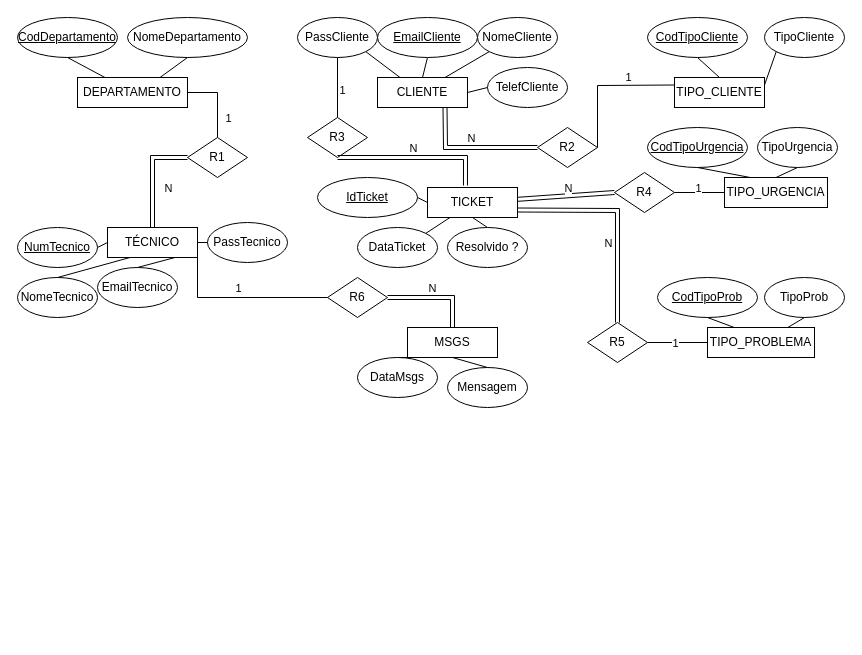
Before: tickets.drawio in BOMBA022/AnaliseSistemas, a draw.io diagram. Source tidied: cells renumbered, new cells numbered last; positions are measured from the earlier drawing's top-left corner, leaving out a move shared by most shapes. Both pictures are drawn from the tidied source at 100%, with x=0, y=0 at pixel (17, 17).
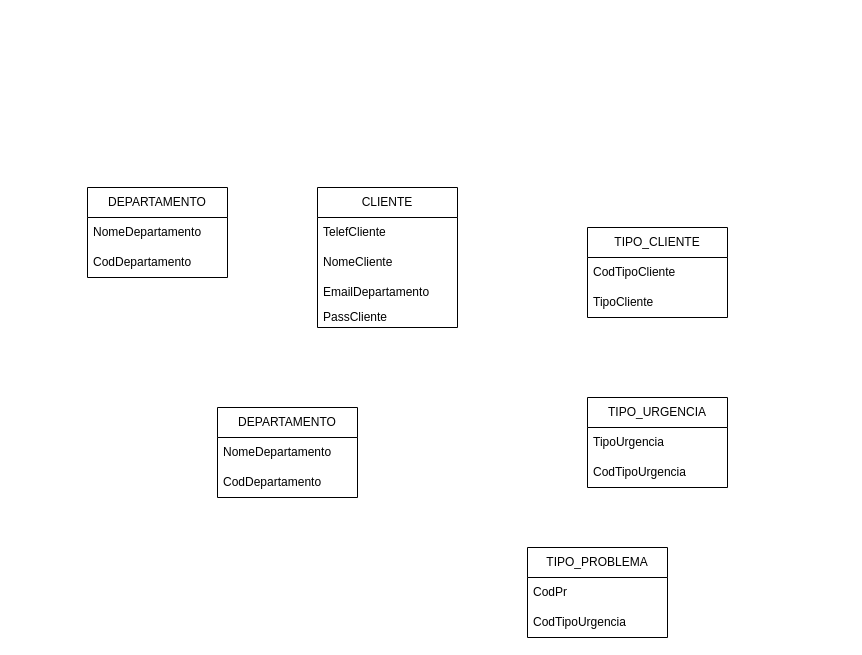
The same diagram, later.

Commit message:
teckets_tabela

Diff of the diagram source:
```diff
@@
+    <mxCell id="82" value="DEPARTAMENTO" style="swimlane;fontStyle=0;horizontal=1;startSize=30;whiteSpace=wrap;html=1;" parent="1" vertex="1">
+      <mxGeometry x="70" y="170" width="140" height="90" as="geometry" />
+    </mxCell>
+    <mxCell id="83" value="NomeDepartamento" style="text;strokeColor=none;fillColor=none;align=left;verticalAlign=middle;spacingLeft=4;spacingRight=4;overflow=hidden;whiteSpace=wrap;html=1;" parent="82" vertex="1">
+      <mxGeometry y="30" width="140" height="30" as="geometry" />
+    </mxCell>
+    <mxCell id="84" value="CodDepartamento" style="text;strokeColor=none;fillColor=none;align=left;verticalAlign=middle;spacingLeft=4;spacingRight=4;overflow=hidden;whiteSpace=wrap;html=1;" parent="82" vertex="1">
+      <mxGeometry y="60" width="140" height="30" as="geometry" />
+    </mxCell>
-    <mxCell id="2" value="TIPO_CLIENTE" style="rounded=0;whiteSpace=wrap;html=1;" parent="1" vertex="1">
-      <mxGeometry x="657" y="60" width="90" height="30" as="geometry" />
+    <mxCell id="2" value="TIPO_CLIENTE" style="swimlane;fontStyle=0;horizontal=1;startSize=30;whiteSpace=wrap;html=1;" parent="1" vertex="1">
+      <mxGeometry x="570" y="210" width="140" height="90" as="geometry" />
     </mxCell>
+    <mxCell id="26" value="CodTipoCliente" style="text;strokeColor=none;fillColor=none;align=left;verticalAlign=middle;spacingLeft=4;spacingRight=4;overflow=hidden;points=[[0,0.5],[1,0.5]];portConstraint=eastwest;whiteSpace=wrap;html=1;" parent="2" vertex="1">
+      <mxGeometry y="30" width="140" height="30" as="geometry" />
+    </mxCell>
-    <mxCell id="3" value="TipoCliente" style="ellipse;whiteSpace=wrap;html=1;" parent="1" vertex="1">
-      <mxGeometry x="747" width="80" height="40" as="geometry" />
+    <mxCell id="3" value="TipoCliente" style="text;strokeColor=none;fillColor=none;align=left;verticalAlign=middle;spacingLeft=4;spacingRight=4;overflow=hidden;points=[[0,0.5],[1,0.5]];portConstraint=eastwest;whiteSpace=wrap;html=1;" parent="2" vertex="1">
+      <mxGeometry y="60" width="140" height="30" as="geometry" />
     </mxCell>
-    <mxCell id="4" style="endArrow=none;html=1;rounded=0;entryX=0;entryY=1;entryDx=0;entryDy=0;exitX=1;exitY=0.25;exitDx=0;exitDy=0;" parent="1" edge="1" source="2" target="3">
-      <mxGeometry relative="1" as="geometry" />
-    </mxCell>
-    <mxCell id="5" style="endArrow=none;html=1;rounded=0;entryX=0.5;entryY=1;entryDx=0;entryDy=0;exitX=0.5;exitY=0;exitDx=0;exitDy=0;" parent="1" edge="1" source="2" target="26">
-      <mxGeometry relative="1" as="geometry" />
-    </mxCell>
-    <mxCell id="6" value="CLIENTE" style="rounded=0;whiteSpace=wrap;html=1;" parent="1" vertex="1">
-      <mxGeometry x="360" y="60" width="90" height="30" as="geometry" />
-    </mxCell>
-    <mxCell id="7" value="NomeCliente" style="ellipse;whiteSpace=wrap;html=1;" parent="1" vertex="1">
-      <mxGeometry x="460" width="80" height="40" as="geometry" />
-    </mxCell>
-    <mxCell id="8" value="PassCliente" style="ellipse;whiteSpace=wrap;html=1;" parent="1" vertex="1">
-      <mxGeometry x="280" width="80" height="40" as="geometry" />
-    </mxCell>
-    <mxCell id="9" value="TelefCliente" style="ellipse;whiteSpace=wrap;html=1;" parent="1" vertex="1">
-      <mxGeometry x="470" y="50" width="80" height="40" as="geometry" />
-    </mxCell>
-    <mxCell id="10" style="endArrow=none;html=1;rounded=0;entryX=1;entryY=1;entryDx=0;entryDy=0;exitX=0.25;exitY=0;exitDx=0;exitDy=0;" parent="1" edge="1" source="6" target="8">
-      <mxGeometry relative="1" as="geometry" />
-    </mxCell>
-    <mxCell id="11" style="endArrow=none;html=1;rounded=0;entryX=0.5;entryY=1;entryDx=0;entryDy=0;exitX=0.5;exitY=0;exitDx=0;exitDy=0;" parent="1" edge="1" source="6" target="27">
-      <mxGeometry relative="1" as="geometry" />
-    </mxCell>
-    <mxCell id="12" style="endArrow=none;html=1;rounded=0;entryX=0;entryY=1;entryDx=0;entryDy=0;exitX=0.75;exitY=0;exitDx=0;exitDy=0;" parent="1" edge="1" source="6" target="7">
-      <mxGeometry relative="1" as="geometry" />
-    </mxCell>
-    <mxCell id="13" style="endArrow=none;html=1;rounded=0;entryX=0;entryY=0.5;entryDx=0;entryDy=0;exitX=1;exitY=0.5;exitDx=0;exitDy=0;" parent="1" edge="1" source="6" target="9">
-      <mxGeometry relative="1" as="geometry" />
-    </mxCell>
-    <mxCell id="14" value="DEPARTAMENTO" style="rounded=0;whiteSpace=wrap;html=1;" parent="1" vertex="1">
-      <mxGeometry x="60" y="60" width="110" height="30" as="geometry" />
-    </mxCell>
-    <mxCell id="15" value="NomeDepartamento" style="ellipse;whiteSpace=wrap;html=1;" parent="1" vertex="1">
-      <mxGeometry x="110" width="120" height="40" as="geometry" />
-    </mxCell>
-    <mxCell id="16" style="endArrow=none;html=1;rounded=0;entryX=0.5;entryY=1;entryDx=0;entryDy=0;exitX=0.25;exitY=0;exitDx=0;exitDy=0;" parent="1" edge="1" source="14" target="28">
-      <mxGeometry relative="1" as="geometry" />
-    </mxCell>
-    <mxCell id="17" style="endArrow=none;html=1;rounded=0;entryX=0.5;entryY=1;entryDx=0;entryDy=0;exitX=0.75;exitY=0;exitDx=0;exitDy=0;" parent="1" edge="1" source="14" target="15">
-      <mxGeometry relative="1" as="geometry" />
-    </mxCell>
-    <mxCell id="18" value="TÉCNICO" style="rounded=0;whiteSpace=wrap;html=1;" parent="1" vertex="1">
-      <mxGeometry x="90" y="210" width="90" height="30" as="geometry" />
-    </mxCell>
-    <mxCell id="19" value="TICKET" style="rounded=0;whiteSpace=wrap;html=1;" parent="1" vertex="1">
-      <mxGeometry x="410" y="170" width="90" height="30" as="geometry" />
-    </mxCell>
-    <mxCell id="20" value="TIPO_PROBLEMA" style="rounded=0;whiteSpace=wrap;html=1;" parent="1" vertex="1">
-      <mxGeometry x="690" y="310" width="107" height="30" as="geometry" />
-    </mxCell>
-    <mxCell id="21" value="TIPO_URGENCIA" style="rounded=0;whiteSpace=wrap;html=1;" parent="1" vertex="1">
-      <mxGeometry x="707" y="160" width="103" height="30" as="geometry" />
+    <mxCell id="21" value="TIPO_URGENCIA" style="swimlane;fontStyle=0;horizontal=1;startSize=30;whiteSpace=wrap;html=1;" parent="1" vertex="1">
+      <mxGeometry x="570" y="380" width="140" height="90" as="geometry" />
     </mxCell>
-    <mxCell id="22" value="TipoUrgencia" style="ellipse;whiteSpace=wrap;html=1;" parent="1" vertex="1">
-      <mxGeometry x="740" y="110" width="80" height="40" as="geometry" />
+    <mxCell id="22" value="TipoUrgencia" style="text;strokeColor=none;fillColor=none;align=left;verticalAlign=middle;spacingLeft=4;spacingRight=4;overflow=hidden;points=[[0,0.5],[1,0.5]];portConstraint=eastwest;whiteSpace=wrap;html=1;" parent="21" vertex="1">
+      <mxGeometry y="30" width="140" height="30" as="geometry" />
     </mxCell>
-    <mxCell id="23" value="CodTipoUrgencia" style="ellipse;whiteSpace=wrap;html=1;align=center;fontStyle=4;" parent="1" vertex="1">
-      <mxGeometry x="630" y="110" width="100" height="40" as="geometry" />
-    </mxCell>
-    <mxCell id="24" style="endArrow=none;html=1;rounded=0;entryX=0.5;entryY=1;entryDx=0;entryDy=0;exitX=0.25;exitY=0;exitDx=0;exitDy=0;" parent="1" edge="1" source="21" target="23">
-      <mxGeometry relative="1" as="geometry" />
-    </mxCell>
-    <mxCell id="25" style="endArrow=none;html=1;rounded=0;entryX=0.5;entryY=1;entryDx=0;entryDy=0;exitX=0.5;exitY=0;exitDx=0;exitDy=0;" parent="1" edge="1" source="21" target="22">
-      <mxGeometry relative="1" as="geometry" />
-    </mxCell>
-    <mxCell id="26" value="CodTipoCliente" style="ellipse;whiteSpace=wrap;html=1;align=center;fontStyle=4;" parent="1" vertex="1">
-      <mxGeometry x="630" width="100" height="40" as="geometry" />
-    </mxCell>
-    <mxCell id="27" value="EmailCliente" style="ellipse;whiteSpace=wrap;html=1;align=center;fontStyle=4;" parent="1" vertex="1">
-      <mxGeometry x="360" width="100" height="40" as="geometry" />
-    </mxCell>
-    <mxCell id="28" value="CodDepartamento" style="ellipse;whiteSpace=wrap;html=1;align=center;fontStyle=4;" parent="1" vertex="1">
-      <mxGeometry width="100" height="40" as="geometry" />
-    </mxCell>
-    <mxCell id="29" value="CodTipoProb" style="ellipse;whiteSpace=wrap;html=1;align=center;fontStyle=4;" parent="1" vertex="1">
-      <mxGeometry x="640" y="260" width="100" height="40" as="geometry" />
-    </mxCell>
-    <mxCell id="30" value="TipoProb" style="ellipse;whiteSpace=wrap;html=1;" parent="1" vertex="1">
-      <mxGeometry x="747" y="260" width="80" height="40" as="geometry" />
-    </mxCell>
-    <mxCell id="31" style="endArrow=none;html=1;rounded=0;entryX=0.5;entryY=1;entryDx=0;entryDy=0;exitX=0.25;exitY=0;exitDx=0;exitDy=0;" parent="1" edge="1" source="20" target="29">
-      <mxGeometry relative="1" as="geometry" />
-    </mxCell>
-    <mxCell id="32" style="endArrow=none;html=1;rounded=0;entryX=0.5;entryY=1;entryDx=0;entryDy=0;exitX=0.75;exitY=0;exitDx=0;exitDy=0;" parent="1" edge="1" source="20" target="30">
-      <mxGeometry relative="1" as="geometry" />
-    </mxCell>
-    <mxCell id="33" value="DataTicket" style="ellipse;whiteSpace=wrap;html=1;" parent="1" vertex="1">
-      <mxGeometry x="340" y="210" width="80" height="40" as="geometry" />
-    </mxCell>
-    <mxCell id="34" value="Resolvido ?" style="ellipse;whiteSpace=wrap;html=1;" parent="1" vertex="1">
-      <mxGeometry x="430" y="210" width="80" height="40" as="geometry" />
-    </mxCell>
-    <mxCell id="35" value="IdTicket" style="ellipse;whiteSpace=wrap;html=1;align=center;fontStyle=4;" parent="1" vertex="1">
-      <mxGeometry x="300" y="160" width="100" height="40" as="geometry" />
-    </mxCell>
-    <mxCell id="36" style="endArrow=none;html=1;rounded=0;entryX=1;entryY=0.5;entryDx=0;entryDy=0;exitX=0;exitY=0.5;exitDx=0;exitDy=0;" parent="1" edge="1" source="19" target="35">
-      <mxGeometry relative="1" as="geometry" />
-    </mxCell>
-    <mxCell id="37" style="endArrow=none;html=1;rounded=0;entryX=0.25;entryY=1;entryDx=0;entryDy=0;exitX=1;exitY=0;exitDx=0;exitDy=0;" parent="1" edge="1" source="33" target="19">
-      <mxGeometry relative="1" as="geometry" />
-    </mxCell>
-    <mxCell id="38" style="endArrow=none;html=1;rounded=0;entryX=0.5;entryY=1;entryDx=0;entryDy=0;exitX=0.5;exitY=0;exitDx=0;exitDy=0;" parent="1" edge="1" source="34" target="19">
-      <mxGeometry relative="1" as="geometry" />
-    </mxCell>
-    <mxCell id="39" value="NomeTecnico" style="ellipse;whiteSpace=wrap;html=1;" parent="1" vertex="1">
-      <mxGeometry y="260" width="80" height="40" as="geometry" />
-    </mxCell>
-    <mxCell id="40" value="NumTecnico" style="ellipse;whiteSpace=wrap;html=1;align=center;fontStyle=4;" parent="1" vertex="1">
-      <mxGeometry y="210" width="80" height="40" as="geometry" />
-    </mxCell>
-    <mxCell id="41" value="EmailTecnico" style="ellipse;whiteSpace=wrap;html=1;" parent="1" vertex="1">
-      <mxGeometry x="80" y="250" width="80" height="40" as="geometry" />
-    </mxCell>
-    <mxCell id="42" style="endArrow=none;html=1;rounded=0;entryX=0.75;entryY=1;entryDx=0;entryDy=0;exitX=0.5;exitY=0;exitDx=0;exitDy=0;" parent="1" edge="1" source="41" target="18">
-      <mxGeometry relative="1" as="geometry" />
-    </mxCell>
-    <mxCell id="43" style="endArrow=none;html=1;rounded=0;entryX=0.25;entryY=1;entryDx=0;entryDy=0;exitX=0.5;exitY=0;exitDx=0;exitDy=0;" parent="1" edge="1" source="39" target="18">
-      <mxGeometry relative="1" as="geometry" />
-    </mxCell>
-    <mxCell id="44" style="endArrow=none;html=1;rounded=0;entryX=0;entryY=0.5;entryDx=0;entryDy=0;exitX=1;exitY=0.5;exitDx=0;exitDy=0;" parent="1" edge="1" source="40" target="18">
-      <mxGeometry relative="1" as="geometry" />
-    </mxCell>
-    <mxCell id="45" value="R1" style="rhombus;whiteSpace=wrap;html=1;" parent="1" vertex="1">
-      <mxGeometry x="170" y="120" width="60" height="40" as="geometry" />
-    </mxCell>
-    <mxCell id="46" style="endArrow=none;html=1;rounded=0;entryX=1;entryY=0.5;entryDx=0;entryDy=0;exitX=0.5;exitY=0;exitDx=0;exitDy=0;" parent="1" edge="1" source="45" target="14">
-      <mxGeometry relative="1" as="geometry">
-        <Array as="points">
-          <mxPoint x="200" y="75" />
-        </Array>
-      </mxGeometry>
-    </mxCell>
-    <mxCell id="47" value="1" style="edgeLabel;html=1;align=center;verticalAlign=middle;" parent="46" vertex="1">
-      <mxGeometry x="-0.15" relative="1" as="geometry">
-        <mxPoint x="10" y="12" as="offset" />
-      </mxGeometry>
-    </mxCell>
-    <mxCell id="48" style="shape=link;html=1;rounded=0;entryX=0;entryY=0.5;entryDx=0;entryDy=0;exitX=0.5;exitY=0;exitDx=0;exitDy=0;" parent="1" edge="1" source="18" target="45">
-      <mxGeometry relative="1" as="geometry">
-        <Array as="points">
-          <mxPoint x="135" y="140" />
-        </Array>
-      </mxGeometry>
-    </mxCell>
-    <mxCell id="49" value="N" style="edgeLabel;html=1;align=center;verticalAlign=middle;" parent="48" vertex="1">
-      <mxGeometry x="-0.2" y="3" relative="1" as="geometry">
-        <mxPoint x="18" y="2" as="offset" />
-      </mxGeometry>
-    </mxCell>
-    <mxCell id="50" value="PassTecnico" style="ellipse;whiteSpace=wrap;html=1;" parent="1" vertex="1">
-      <mxGeometry x="190" y="205" width="80" height="40" as="geometry" />
-    </mxCell>
-    <mxCell id="51" style="endArrow=none;html=1;rounded=0;entryX=1;entryY=0.5;entryDx=0;entryDy=0;exitX=0;exitY=0.5;exitDx=0;exitDy=0;" parent="1" edge="1" source="50" target="18">
-      <mxGeometry relative="1" as="geometry" />
-    </mxCell>
-    <mxCell id="52" value="R6" style="rhombus;whiteSpace=wrap;html=1;" parent="1" vertex="1">
-      <mxGeometry x="310" y="260" width="60" height="40" as="geometry" />
-    </mxCell>
-    <mxCell id="53" style="endArrow=none;html=1;rounded=0;entryX=0;entryY=0.5;entryDx=0;entryDy=0;exitX=1;exitY=1;exitDx=0;exitDy=0;" parent="1" edge="1" source="18" target="52">
-      <mxGeometry relative="1" as="geometry">
-        <Array as="points">
-          <mxPoint x="180" y="280" />
-        </Array>
-      </mxGeometry>
-    </mxCell>
-    <mxCell id="54" value="1" style="edgeLabel;html=1;align=center;verticalAlign=middle;" parent="53" vertex="1">
-      <mxGeometry x="-0.11" y="2" relative="1" as="geometry">
-        <mxPoint x="4" y="-8" as="offset" />
-      </mxGeometry>
-    </mxCell>
-    <mxCell id="55" value="MSGS" style="rounded=0;whiteSpace=wrap;html=1;" parent="1" vertex="1">
-      <mxGeometry x="390" y="310" width="90" height="30" as="geometry" />
-    </mxCell>
-    <mxCell id="56" value="DataMsgs" style="ellipse;whiteSpace=wrap;html=1;" parent="1" vertex="1">
-      <mxGeometry x="340" y="340" width="80" height="40" as="geometry" />
-    </mxCell>
-    <mxCell id="57" value="Mensagem" style="ellipse;whiteSpace=wrap;html=1;" parent="1" vertex="1">
-      <mxGeometry x="430" y="350" width="80" height="40" as="geometry" />
-    </mxCell>
-    <mxCell id="58" style="endArrow=none;html=1;rounded=0;entryX=0.25;entryY=1;entryDx=0;entryDy=0;exitX=0.5;exitY=0;exitDx=0;exitDy=0;" parent="1" edge="1" source="56" target="55">
-      <mxGeometry relative="1" as="geometry" />
-    </mxCell>
-    <mxCell id="59" style="endArrow=none;html=1;rounded=0;entryX=0.5;entryY=1;entryDx=0;entryDy=0;exitX=0.5;exitY=0;exitDx=0;exitDy=0;" parent="1" edge="1" source="57" target="55">
-      <mxGeometry relative="1" as="geometry" />
-    </mxCell>
-    <mxCell id="60" style="shape=link;html=1;rounded=0;entryX=0.5;entryY=0;entryDx=0;entryDy=0;exitX=1;exitY=0.5;exitDx=0;exitDy=0;" parent="1" edge="1" source="52" target="55">
-      <mxGeometry relative="1" as="geometry">
-        <Array as="points">
-          <mxPoint x="435" y="280" />
-        </Array>
-      </mxGeometry>
-    </mxCell>
-    <mxCell id="61" value="N" style="edgeLabel;html=1;align=center;verticalAlign=middle;" parent="60" vertex="1">
-      <mxGeometry x="-0.07" y="-2" relative="1" as="geometry">
-        <mxPoint y="-12" as="offset" />
-      </mxGeometry>
-    </mxCell>
-    <mxCell id="62" value="R5" style="rhombus;whiteSpace=wrap;html=1;" parent="1" vertex="1">
-      <mxGeometry x="570" y="305" width="60" height="40" as="geometry" />
-    </mxCell>
-    <mxCell id="63" style="endArrow=none;html=1;rounded=0;entryX=0;entryY=0.5;entryDx=0;entryDy=0;exitX=1;exitY=0.5;exitDx=0;exitDy=0;" parent="1" edge="1" source="62" target="20">
-      <mxGeometry relative="1" as="geometry" />
-    </mxCell>
-    <mxCell id="64" value="1" style="edgeLabel;html=1;align=center;verticalAlign=middle;" parent="63" vertex="1">
-      <mxGeometry x="-0.17" y="2" relative="1" as="geometry">
-        <mxPoint x="2" y="2" as="offset" />
-      </mxGeometry>
-    </mxCell>
-    <mxCell id="65" style="shape=link;html=1;rounded=0;entryX=0.5;entryY=0;entryDx=0;entryDy=0;exitX=1;exitY=0.75;exitDx=0;exitDy=0;" parent="1" edge="1" source="19" target="62">
-      <mxGeometry relative="1" as="geometry">
-        <Array as="points">
-          <mxPoint x="600" y="193" />
-        </Array>
-      </mxGeometry>
-    </mxCell>
-    <mxCell id="66" value="N" style="edgeLabel;html=1;align=center;verticalAlign=middle;" parent="65" vertex="1">
-      <mxGeometry x="0.25" y="1" relative="1" as="geometry">
-        <mxPoint x="-11" as="offset" />
-      </mxGeometry>
-    </mxCell>
-    <mxCell id="67" value="R4" style="rhombus;whiteSpace=wrap;html=1;" parent="1" vertex="1">
-      <mxGeometry x="597" y="155" width="60" height="40" as="geometry" />
-    </mxCell>
-    <mxCell id="68" style="endArrow=none;html=1;rounded=0;entryX=0;entryY=0.5;entryDx=0;entryDy=0;" parent="1" edge="1" source="67" target="21">
-      <mxGeometry relative="1" as="geometry" />
-    </mxCell>
-    <mxCell id="69" value="1" style="edgeLabel;html=1;align=center;verticalAlign=middle;" parent="68" vertex="1">
-      <mxGeometry x="-0.04" y="-3" relative="1" as="geometry">
-        <mxPoint x="-1" y="-8" as="offset" />
-      </mxGeometry>
-    </mxCell>
-    <mxCell id="70" style="shape=link;html=1;rounded=0;entryX=0;entryY=0.5;entryDx=0;entryDy=0;" parent="1" edge="1" source="19" target="67">
-      <mxGeometry relative="1" as="geometry" />
-    </mxCell>
-    <mxCell id="71" value="N" style="edgeLabel;html=1;align=center;verticalAlign=middle;" parent="70" vertex="1">
-      <mxGeometry x="0.06" y="4" relative="1" as="geometry">
-        <mxPoint x="-1" y="-4" as="offset" />
-      </mxGeometry>
-    </mxCell>
-    <mxCell id="72" style="endArrow=none;html=1;rounded=0;entryX=0;entryY=0.25;entryDx=0;entryDy=0;exitX=1;exitY=0.5;exitDx=0;exitDy=0;" parent="1" edge="1" source="74" target="2">
-      <mxGeometry relative="1" as="geometry">
-        <Array as="points">
-          <mxPoint x="580" y="68" />
-        </Array>
-      </mxGeometry>
-    </mxCell>
-    <mxCell id="73" value="1" style="edgeLabel;html=1;align=center;verticalAlign=middle;" parent="72" vertex="1">
-      <mxGeometry x="0.38" y="-2" relative="1" as="geometry">
-        <mxPoint x="-4" y="-10" as="offset" />
-      </mxGeometry>
-    </mxCell>
-    <mxCell id="74" value="R2" style="rhombus;whiteSpace=wrap;html=1;" parent="1" vertex="1">
-      <mxGeometry x="520" y="110" width="60" height="40" as="geometry" />
-    </mxCell>
-    <mxCell id="75" style="shape=link;html=1;rounded=0;entryX=0;entryY=0.5;entryDx=0;entryDy=0;exitX=0.75;exitY=1;exitDx=0;exitDy=0;" parent="1" edge="1" source="6" target="74">
-      <mxGeometry relative="1" as="geometry">
-        <Array as="points">
-          <mxPoint x="428" y="130" />
-        </Array>
-      </mxGeometry>
-    </mxCell>
-    <mxCell id="76" value="N" style="edgeLabel;html=1;align=center;verticalAlign=middle;" parent="75" vertex="1">
-      <mxGeometry x="0.01" y="-1" relative="1" as="geometry">
-        <mxPoint x="-1" y="-11" as="offset" />
-      </mxGeometry>
-    </mxCell>
-    <mxCell id="77" value="R3" style="rhombus;whiteSpace=wrap;html=1;" parent="1" vertex="1">
-      <mxGeometry x="290" y="100" width="60" height="40" as="geometry" />
-    </mxCell>
-    <mxCell id="78" style="shape=link;html=1;rounded=0;entryX=0.422;entryY=-0.067;entryDx=0;entryDy=0;entryPerimeter=0;exitX=0.5;exitY=1;exitDx=0;exitDy=0;" parent="1" edge="1" source="77" target="19">
-      <mxGeometry relative="1" as="geometry">
-        <Array as="points">
-          <mxPoint x="448" y="140" />
-        </Array>
-      </mxGeometry>
-    </mxCell>
-    <mxCell id="79" value="N" style="edgeLabel;html=1;align=center;verticalAlign=middle;" parent="78" vertex="1">
-      <mxGeometry x="-0.05" y="-2" relative="1" as="geometry">
-        <mxPoint x="1" y="-12" as="offset" />
-      </mxGeometry>
-    </mxCell>
-    <mxCell id="80" style="endArrow=none;html=1;rounded=0;entryX=0.5;entryY=1;entryDx=0;entryDy=0;exitX=0.5;exitY=0;exitDx=0;exitDy=0;" parent="1" edge="1" source="77" target="8">
-      <mxGeometry relative="1" as="geometry" />
-    </mxCell>
-    <mxCell id="81" value="1" style="edgeLabel;html=1;align=center;verticalAlign=middle;" parent="80" vertex="1">
-      <mxGeometry x="-0.07" y="-4" relative="1" as="geometry" />
-    </mxCell>
+    <mxCell id="85" value="CodTipoUrgencia" style="text;strokeColor=none;fillColor=none;align=left;verticalAlign=middle;spacingLeft=4;spacingRight=4;overflow=hidden;whiteSpace=wrap;html=1;" parent="21" vertex="1">
+      <mxGeometry y="60" width="140" height="30" as="geometry" />
+    </mxCell>
+    <mxCell id="86" value="DEPARTAMENTO" style="swimlane;fontStyle=0;horizontal=1;startSize=30;whiteSpace=wrap;html=1;" parent="1" vertex="1">
+      <mxGeometry x="200" y="390" width="140" height="90" as="geometry" />
+    </mxCell>
+    <mxCell id="87" value="NomeDepartamento" style="text;strokeColor=none;fillColor=none;align=left;verticalAlign=middle;spacingLeft=4;spacingRight=4;overflow=hidden;whiteSpace=wrap;html=1;" parent="86" vertex="1">
+      <mxGeometry y="30" width="140" height="30" as="geometry" />
+    </mxCell>
+    <mxCell id="88" value="CodDepartamento" style="text;strokeColor=none;fillColor=none;align=left;verticalAlign=middle;spacingLeft=4;spacingRight=4;overflow=hidden;whiteSpace=wrap;html=1;" parent="86" vertex="1">
+      <mxGeometry y="60" width="140" height="30" as="geometry" />
+    </mxCell>
+    <mxCell id="6" value="CLIENTE" style="swimlane;fontStyle=0;horizontal=1;startSize=30;whiteSpace=wrap;html=1;" parent="1" vertex="1">
+      <mxGeometry x="300" y="170" width="140" height="140" as="geometry" />
+    </mxCell>
+    <mxCell id="9" value="TelefCliente" style="text;strokeColor=none;fillColor=none;align=left;verticalAlign=middle;spacingLeft=4;spacingRight=4;overflow=hidden;points=[[0,0.5],[1,0.5]];portConstraint=eastwest;whiteSpace=wrap;html=1;" parent="6" vertex="1">
+      <mxGeometry y="30" width="140" height="30" as="geometry" />
+    </mxCell>
+    <mxCell id="7" value="NomeCliente" style="text;strokeColor=none;fillColor=none;align=left;verticalAlign=middle;spacingLeft=4;spacingRight=4;overflow=hidden;points=[[0,0.5],[1,0.5]];portConstraint=eastwest;whiteSpace=wrap;html=1;" parent="6" vertex="1">
+      <mxGeometry y="60" width="140" height="30" as="geometry" />
+    </mxCell>
+    <mxCell id="89" value="EmailDepartamento" style="text;strokeColor=none;fillColor=none;align=left;verticalAlign=middle;spacingLeft=4;spacingRight=4;overflow=hidden;whiteSpace=wrap;html=1;" parent="6" vertex="1">
+      <mxGeometry y="90" width="140" height="30" as="geometry" />
+    </mxCell>
+    <mxCell id="8" value="PassCliente" style="text;strokeColor=none;fillColor=none;align=left;verticalAlign=middle;spacingLeft=4;spacingRight=4;overflow=hidden;points=[[0,0.5],[1,0.5]];portConstraint=eastwest;whiteSpace=wrap;html=1;" parent="6" vertex="1">
+      <mxGeometry y="120" width="140" height="20" as="geometry" />
+    </mxCell>
+    <mxCell id="20" value="TIPO_PROBLEMA" style="swimlane;fontStyle=0;horizontal=1;startSize=30;whiteSpace=wrap;html=1;" parent="1" vertex="1">
+      <mxGeometry x="510" y="530" width="140" height="90" as="geometry" />
+    </mxCell>
+    <mxCell id="90" value="CodPr" style="text;strokeColor=none;fillColor=none;align=left;verticalAlign=middle;spacingLeft=4;spacingRight=4;overflow=hidden;whiteSpace=wrap;html=1;" parent="20" vertex="1">
+      <mxGeometry y="30" width="140" height="30" as="geometry" />
+    </mxCell>
+    <mxCell id="91" value="CodTipoUrgencia" style="text;strokeColor=none;fillColor=none;align=left;verticalAlign=middle;spacingLeft=4;spacingRight=4;overflow=hidden;whiteSpace=wrap;html=1;" parent="20" vertex="1">
+      <mxGeometry y="60" width="140" height="30" as="geometry" />
+    </mxCell>
```
